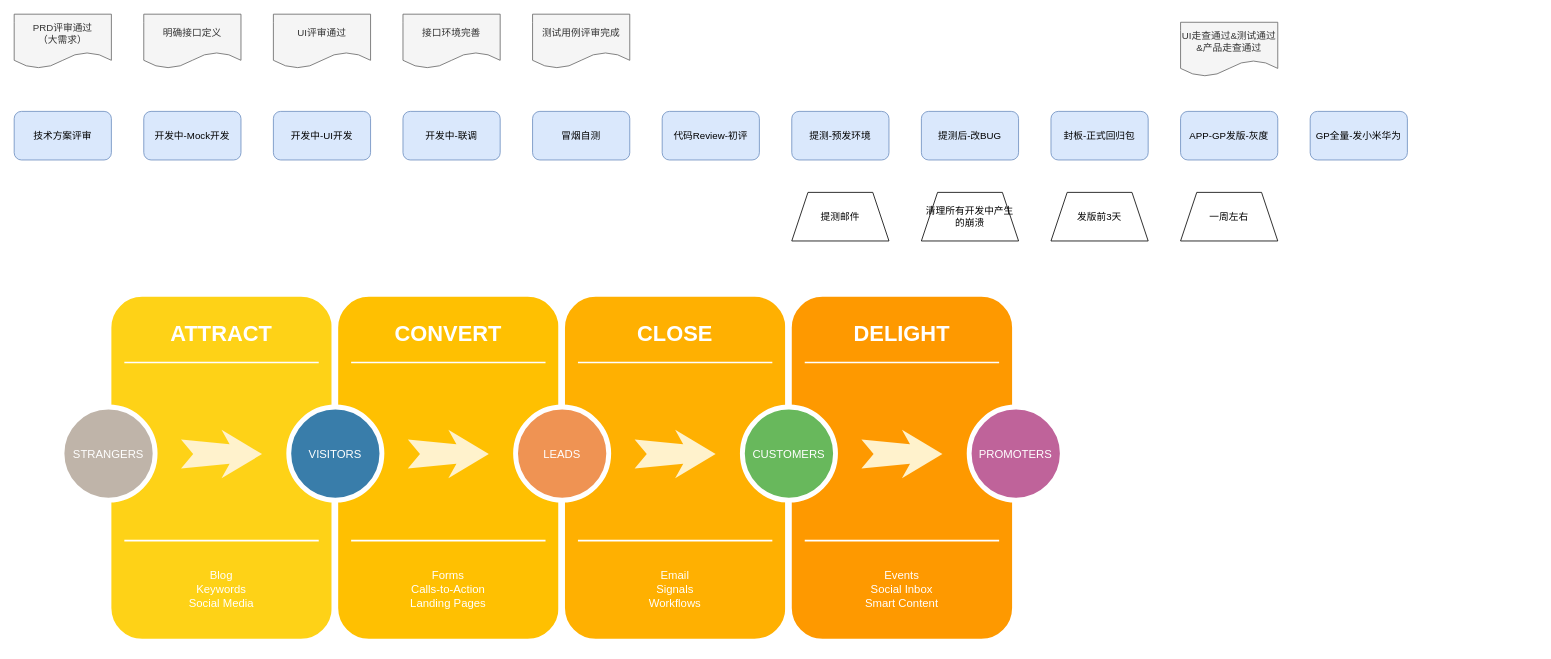
Above: Untitled Diagram.drawio in hardygege/work (draw.io), before the change. Source tidied: cells renumbered, new cells numbered last; positions are measured from the earlier drawing's top-left corner, leaving out a move shared by most shapes. Both pictures are drawn from the tidied source at 81%, with x=0, y=0 at pixel (14, 14).
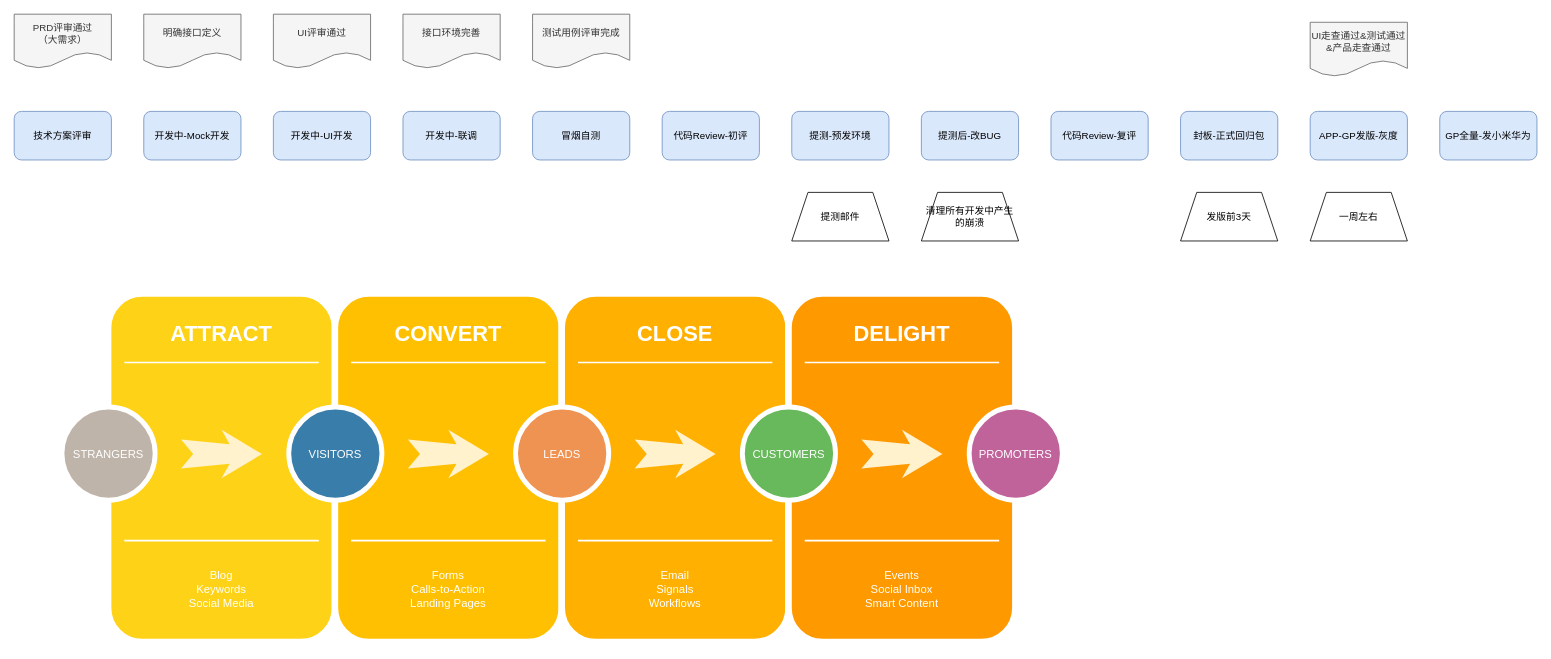
After the change.

The edit, as a diff of the source:
```diff
@@
     <mxCell id="40" value="封板-正式回归包" style="rounded=1;whiteSpace=wrap;html=1;fillColor=#dae8fc;strokeColor=#6c8ebf;" parent="1" vertex="1">
-      <mxGeometry x="1280" y="120" width="120" height="60" as="geometry" />
+      <mxGeometry x="1440" y="120" width="120" height="60" as="geometry" />
     </mxCell>
     <mxCell id="41" value="APP-GP发版-灰度" style="rounded=1;whiteSpace=wrap;html=1;fillColor=#dae8fc;strokeColor=#6c8ebf;" parent="1" vertex="1">
-      <mxGeometry x="1440" y="120" width="120" height="60" as="geometry" />
+      <mxGeometry x="1600" y="120" width="120" height="60" as="geometry" />
     </mxCell>
@@
     <mxCell id="47" value="发版前3天" style="shape=trapezoid;perimeter=trapezoidPerimeter;whiteSpace=wrap;html=1;fixedSize=1;" parent="1" vertex="1">
-      <mxGeometry x="1280" y="220" width="120" height="60" as="geometry" />
+      <mxGeometry x="1440" y="220" width="120" height="60" as="geometry" />
     </mxCell>
     <mxCell id="48" value="UI走查通过&amp;amp;测试通过&amp;amp;产品走查通过" style="shape=document;whiteSpace=wrap;html=1;boundedLbl=1;fillColor=#f5f5f5;strokeColor=#666666;fontColor=#333333;" parent="1" vertex="1">
-      <mxGeometry x="1440" y="10" width="120" height="67" as="geometry" />
+      <mxGeometry x="1600" y="10" width="120" height="67" as="geometry" />
     </mxCell>
@@
     <mxCell id="50" value="GP全量-发小米华为" style="rounded=1;whiteSpace=wrap;html=1;fillColor=#dae8fc;strokeColor=#6c8ebf;" parent="1" vertex="1">
-      <mxGeometry x="1600" y="120" width="120" height="60" as="geometry" />
+      <mxGeometry x="1760" y="120" width="120" height="60" as="geometry" />
     </mxCell>
     <mxCell id="51" value="一周左右" style="shape=trapezoid;perimeter=trapezoidPerimeter;whiteSpace=wrap;html=1;fixedSize=1;" parent="1" vertex="1">
-      <mxGeometry x="1440" y="220" width="120" height="60" as="geometry" />
+      <mxGeometry x="1600" y="220" width="120" height="60" as="geometry" />
     </mxCell>
+    <mxCell id="52" value="代码Review-复评" style="rounded=1;whiteSpace=wrap;html=1;fillColor=#dae8fc;strokeColor=#6c8ebf;" parent="1" vertex="1">
+      <mxGeometry x="1280" y="120" width="120" height="60" as="geometry" />
+    </mxCell>
```
